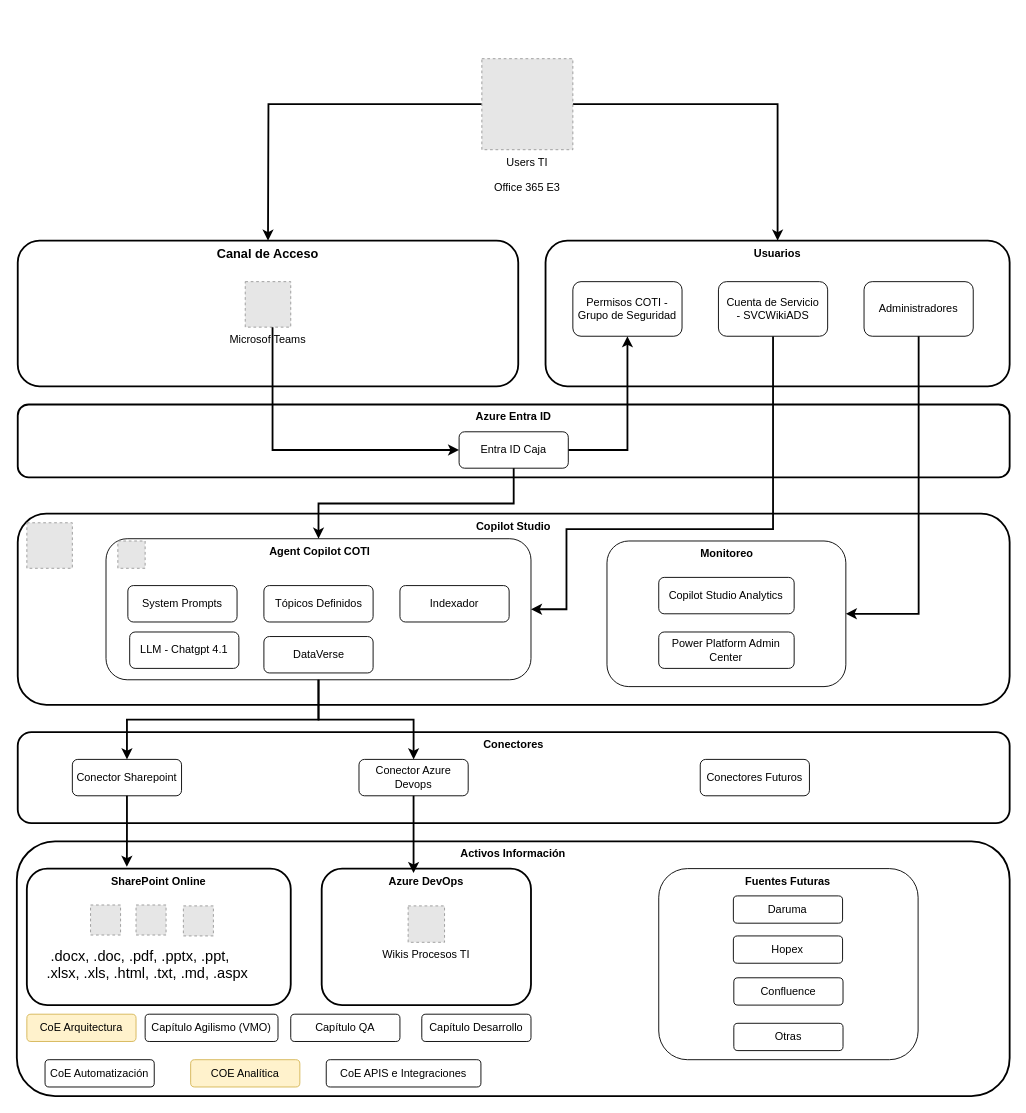
Above: page "Page-6" (5 of 8) of Proyecto Gestión Conocimiento.drawio in carlosvalderrama1204/diagrams (draw.io), before the change. Source tidied: cells renumbered, new cells numbered last; positions are measured from the earlier drawing's top-left corner, leaving out a move shared by most shapes. Both pictures are drawn from the tidied source at 91%, with x=0, y=0 at pixel (16, 58). Pictures stored in the file or linked from it are replaced by grey dashed boxes.
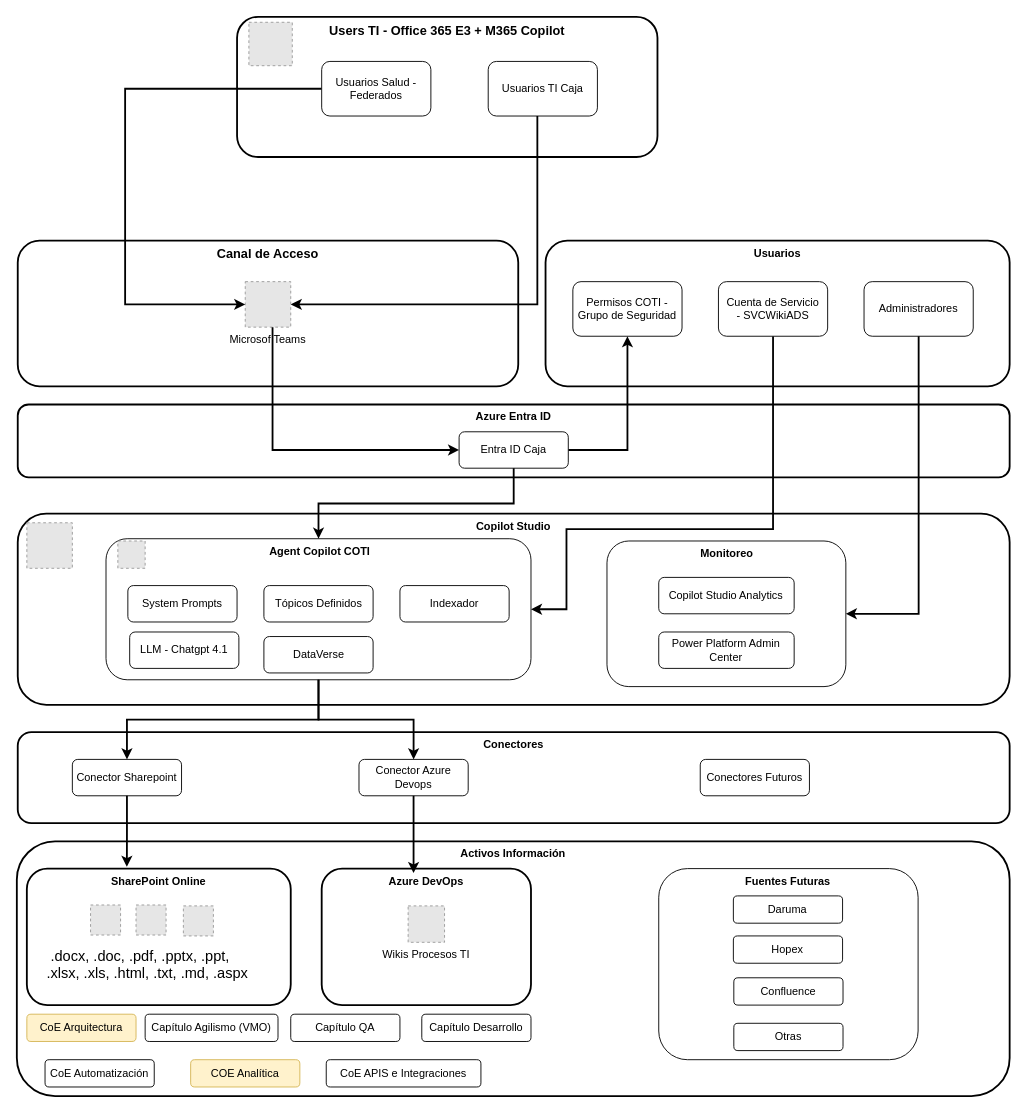
After the change.

Unchanged cells that the change refers to:
```xml
<mxCell id="4" value="Microsof Teams" style="fillColor=#E6E6E6;strokeColor=#999999;dashed=1;verticalLabelPosition=bottom;labelBackgroundColor=default;verticalAlign=top;" parent="1" vertex="1">
  <mxGeometry x="251" y="245" width="50" height="50" as="geometry" />
</mxCell>
<mxCell id="5" value="Usuarios" style="rounded=1;whiteSpace=wrap;html=1;strokeWidth=2;verticalAlign=top;fontStyle=1;" parent="1" vertex="1">
  <mxGeometry x="581" y="200" width="510" height="160" as="geometry" />
</mxCell>
```

The edit, as a diff of the source:
```diff
@@
-    <mxCell id="46" style="edgeStyle=orthogonalEdgeStyle;rounded=0;jettySize=auto;html=1;strokeWidth=2;" parent="1" edge="1" source="48">
-      <mxGeometry relative="1" as="geometry">
-        <mxPoint x="276" y="200" as="targetPoint" />
-      </mxGeometry>
-    </mxCell>
-    <mxCell id="47" style="edgeStyle=orthogonalEdgeStyle;rounded=0;jettySize=auto;html=1;entryX=0.5;entryY=0;entryDx=0;entryDy=0;strokeWidth=2;" parent="1" edge="1" source="48" target="5">
-      <mxGeometry relative="1" as="geometry">
-        <Array as="points">
-          <mxPoint x="836" y="50" />
-        </Array>
-      </mxGeometry>
-    </mxCell>
-    <mxCell id="48" value="Users TI&#10;&#10;Office 365 E3" style="fillColor=#E6E6E6;strokeColor=#999999;dashed=1;verticalLabelPosition=bottom;labelBackgroundColor=default;verticalAlign=top;" parent="1" vertex="1">
-      <mxGeometry x="511" width="100" height="100" as="geometry" />
-    </mxCell>
@@
+    <mxCell id="59" value="Users TI - Office 365 E3 + M365 Copilot" style="rounded=1;whiteSpace=wrap;html=1;fontStyle=1;verticalAlign=top;fontSize=14;strokeWidth=2;" parent="1" vertex="1">
+      <mxGeometry x="242" y="-46" width="462" height="154" as="geometry" />
+    </mxCell>
+    <mxCell id="60" style="edgeStyle=orthogonalEdgeStyle;rounded=0;jettySize=auto;html=1;entryX=0;entryY=0.5;entryDx=0;entryDy=0;strokeWidth=2;" parent="1" edge="1" source="61" target="4">
+      <mxGeometry relative="1" as="geometry">
+        <Array as="points">
+          <mxPoint x="119" y="33" />
+          <mxPoint x="119" y="270" />
+        </Array>
+      </mxGeometry>
+    </mxCell>
+    <mxCell id="61" value="Usuarios Salud - Federados" style="rounded=1;whiteSpace=wrap;html=1;" parent="1" vertex="1">
+      <mxGeometry x="335" y="3" width="120" height="60" as="geometry" />
+    </mxCell>
+    <mxCell id="62" style="edgeStyle=orthogonalEdgeStyle;rounded=0;jettySize=auto;html=1;entryX=1;entryY=0.5;entryDx=0;entryDy=0;strokeWidth=2;" parent="1" edge="1" source="63" target="4">
+      <mxGeometry relative="1" as="geometry">
+        <Array as="points">
+          <mxPoint x="572" y="270" />
+        </Array>
+      </mxGeometry>
+    </mxCell>
+    <mxCell id="63" value="Usuarios TI Caja" style="rounded=1;whiteSpace=wrap;html=1;" parent="1" vertex="1">
+      <mxGeometry x="518" y="3" width="120" height="60" as="geometry" />
+    </mxCell>
+    <mxCell id="64" style="fillColor=#E6E6E6;strokeColor=#999999;dashed=1;verticalLabelPosition=bottom;labelBackgroundColor=default;verticalAlign=top;" parent="1" vertex="1">
+      <mxGeometry x="255" y="-40" width="47.7" height="47.7" as="geometry" />
+    </mxCell>
```
